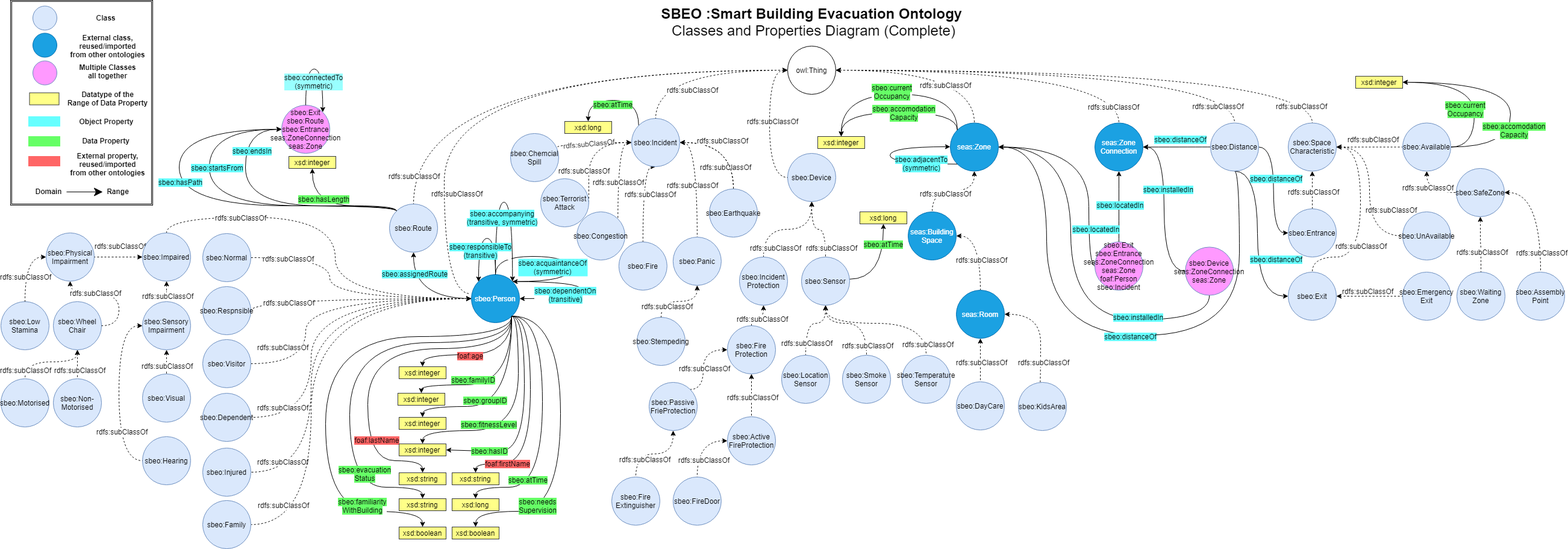
Earlier version of the draw.io export Figures/SBEO_Class_Property_Diagram_Complete.png (qasimkhalid/SBEO). Source tidied: cells renumbered, new cells last; positions are measured from the earlier drawing's top-left corner, leaving out a move shared by most shapes.
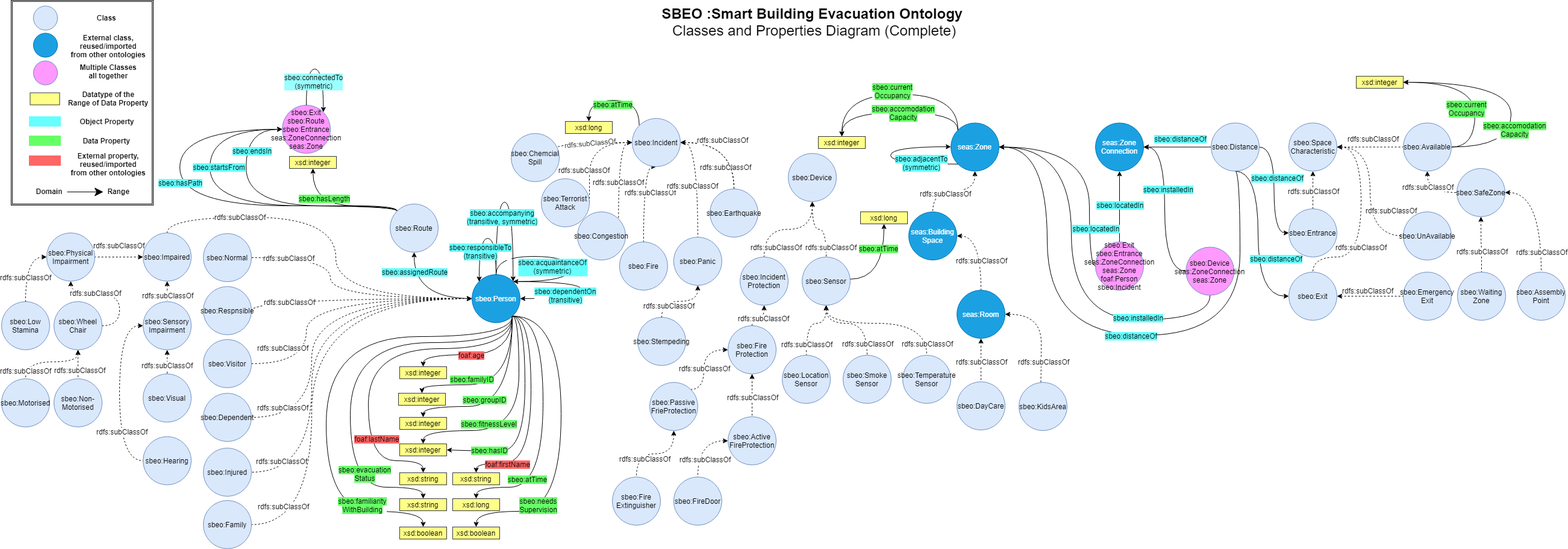
After the change.

Diff of the diagram source:
```diff
@@ -309,108 +309,6 @@
     <mxCell id="57" value="seas:Zone" style="ellipse;whiteSpace=wrap;html=1;fillColor=#1ba1e2;strokeColor=#006EAF;fontColor=#ffffff;shadow=0;" parent="1" vertex="1">
       <mxGeometry x="1576" y="203.5" width="80" height="80" as="geometry" />
     </mxCell>
-    <mxCell id="58" style="edgeStyle=orthogonalEdgeStyle;curved=1;comic=0;jettySize=auto;html=1;exitX=0;exitY=0.5;exitDx=0;exitDy=0;entryX=0;entryY=0.5;entryDx=0;entryDy=0;shadow=0;startArrow=classic;startFill=1;endArrow=none;endFill=0;dashed=1;" parent="1" edge="1" source="75" target="6">
-      <mxGeometry relative="1" as="geometry">
-        <Array as="points">
-          <mxPoint x="1276" y="116" />
-          <mxPoint x="1276" y="294" />
-        </Array>
-      </mxGeometry>
-    </mxCell>
-    <mxCell id="59" value="rdfs:subClassOf" style="text;html=1;align=center;verticalAlign=middle;labelBackgroundColor=#ffffff;fontColor=#000000;" parent="58" vertex="1">
-      <mxGeometry x="-0.15" y="-2" relative="1" as="geometry">
-        <mxPoint x="5" y="13.6" as="offset" />
-      </mxGeometry>
-    </mxCell>
-    <mxCell id="60" style="edgeStyle=orthogonalEdgeStyle;curved=1;comic=0;jettySize=auto;html=1;exitX=0;exitY=0.5;exitDx=0;exitDy=0;entryX=0.5;entryY=0;entryDx=0;entryDy=0;shadow=0;startArrow=classic;startFill=1;endArrow=none;endFill=0;dashed=1;" parent="1" edge="1" source="75" target="38">
-      <mxGeometry relative="1" as="geometry">
-        <Array as="points">
-          <mxPoint x="1087" y="116" />
-        </Array>
-      </mxGeometry>
-    </mxCell>
-    <mxCell id="61" value="rdfs:subClassOf" style="text;html=1;align=center;verticalAlign=middle;labelBackgroundColor=#ffffff;fontColor=#000000;" parent="60" vertex="1">
-      <mxGeometry x="0.87" y="-15" relative="1" as="geometry">
-        <mxPoint x="73.8" y="-29.7" as="offset" />
-      </mxGeometry>
-    </mxCell>
-    <mxCell id="62" style="edgeStyle=orthogonalEdgeStyle;curved=1;comic=0;jettySize=auto;html=1;exitX=1;exitY=0.5;exitDx=0;exitDy=0;shadow=0;startArrow=classic;startFill=1;endArrow=none;endFill=0;dashed=1;entryX=0.5;entryY=0;entryDx=0;entryDy=0;" parent="1" edge="1" source="75" target="52">
-      <mxGeometry relative="1" as="geometry">
-        <Array as="points">
-          <mxPoint x="2177" y="116" />
-        </Array>
-      </mxGeometry>
-    </mxCell>
-    <mxCell id="63" value="rdfs:subClassOf" style="text;html=1;align=center;verticalAlign=middle;labelBackgroundColor=#ffffff;fontColor=#000000;" parent="62" vertex="1">
-      <mxGeometry x="0.72" y="-25" relative="1" as="geometry">
-        <mxPoint x="15" y="33" as="offset" />
-      </mxGeometry>
-    </mxCell>
-    <mxCell id="64" style="edgeStyle=orthogonalEdgeStyle;curved=1;comic=0;jettySize=auto;html=1;exitX=1;exitY=0.5;exitDx=0;exitDy=0;entryX=0.5;entryY=0;entryDx=0;entryDy=0;shadow=0;startArrow=classic;startFill=1;endArrow=none;endFill=0;dashed=1;" parent="1" edge="1" source="75" target="57">
-      <mxGeometry relative="1" as="geometry">
-        <Array as="points">
-          <mxPoint x="1616" y="116" />
-        </Array>
-      </mxGeometry>
-    </mxCell>
-    <mxCell id="65" value="rdfs:subClassOf" style="text;html=1;align=center;verticalAlign=middle;labelBackgroundColor=#ffffff;fontColor=#000000;" parent="64" vertex="1">
-      <mxGeometry x="0.96" y="-7" relative="1" as="geometry">
-        <mxPoint x="-43" y="-56.9" as="offset" />
-      </mxGeometry>
-    </mxCell>
-    <mxCell id="66" style="edgeStyle=orthogonalEdgeStyle;curved=1;comic=0;jettySize=auto;html=1;exitX=1;exitY=0.5;exitDx=0;exitDy=0;shadow=0;startArrow=classic;startFill=1;endArrow=none;endFill=0;dashed=1;entryX=0.5;entryY=0;entryDx=0;entryDy=0;" parent="1" edge="1" source="75" target="7">
-      <mxGeometry relative="1" as="geometry">
-        <Array as="points">
-          <mxPoint x="1856" y="116" />
-        </Array>
-      </mxGeometry>
-    </mxCell>
-    <mxCell id="67" value="rdfs:subClassOf" style="text;html=1;align=center;verticalAlign=middle;labelBackgroundColor=#ffffff;fontColor=#000000;" parent="66" vertex="1">
-      <mxGeometry x="0.94" y="-19" relative="1" as="geometry">
-        <mxPoint x="8.8" y="-10.2" as="offset" />
-      </mxGeometry>
-    </mxCell>
-    <mxCell id="68" style="edgeStyle=orthogonalEdgeStyle;comic=0;jettySize=auto;html=1;shadow=0;startArrow=classic;startFill=1;endArrow=none;endFill=0;curved=1;dashed=1;exitX=1;exitY=0.5;exitDx=0;exitDy=0;entryX=0.5;entryY=0;entryDx=0;entryDy=0;" parent="1" edge="1" source="75" target="122">
-      <mxGeometry relative="1" as="geometry">
-        <Array as="points">
-          <mxPoint x="2048" y="116" />
-        </Array>
-      </mxGeometry>
-    </mxCell>
-    <mxCell id="69" value="rdfs:subClassOf" style="text;align=center;verticalAlign=middle;labelBackgroundColor=#ffffff;" parent="68" vertex="1">
-      <mxGeometry x="0.25" y="18" relative="1" as="geometry">
-        <mxPoint x="166.7" y="76" as="offset" />
-      </mxGeometry>
-    </mxCell>
-    <mxCell id="70" style="edgeStyle=orthogonalEdgeStyle;curved=1;comic=0;jettySize=auto;html=1;shadow=0;startArrow=classic;startFill=1;endArrow=none;endFill=0;dashed=1;" parent="1" edge="1" source="75" target="45">
-      <mxGeometry relative="1" as="geometry" />
-    </mxCell>
-    <mxCell id="71" value="rdfs:subClassOf" style="text;align=center;verticalAlign=middle;labelBackgroundColor=#ffffff;labelBorderColor=none;fontColor=#000000;rotation=0;" parent="70" vertex="1">
-      <mxGeometry x="0.5" y="43" relative="1" as="geometry">
-        <mxPoint x="28" y="191" as="offset" />
-      </mxGeometry>
-    </mxCell>
-    <mxCell id="72" style="edgeStyle=orthogonalEdgeStyle;curved=1;comic=0;jettySize=auto;html=1;entryX=-0.022;entryY=0.398;entryDx=0;entryDy=0;shadow=0;startArrow=classic;startFill=1;endArrow=none;endFill=0;dashed=1;entryPerimeter=0;" parent="1" edge="1" source="75" target="23">
-      <mxGeometry relative="1" as="geometry">
-        <Array as="points">
-          <mxPoint x="736" y="116" />
-          <mxPoint x="736" y="487" />
-        </Array>
-      </mxGeometry>
-    </mxCell>
-    <mxCell id="73" value="&lt;span style=&quot;color: rgba(0 , 0 , 0 , 0) ; font-family: monospace ; font-size: 0px ; background-color: rgb(248 , 249 , 250)&quot;&gt;%3CmxGraphModel%3E%3Croot%3E%3CmxCell%20id%3D%220%22%2F%3E%3CmxCell%20id%3D%221%22%20parent%3D%220%22%2F%3E%3CmxCell%20id%3D%222%22%20value%3D%22rdfs%3AsubClassOf%22%20style%3D%22text%3Balign%3Dcenter%3BverticalAlign%3Dmiddle%3Bresizable%3D0%3Bpoints%3D%5B%5D%3BlabelBackgroundColor%3D%23ffffff%3BlabelBorderColor%3Dnone%3B%22%20vertex%3D%221%22%20connectable%3D%220%22%20parent%3D%221%22%3E%3CmxGeometry%20x%3D%22-372.9970588235292%22%20y%3D%22100%22%20as%3D%22geometry%22%3E%3CmxPoint%20x%3D%2224.65%22%20y%3D%22-3%22%20as%3D%22offset%22%2F%3E%3C%2FmxGeometry%3E%3C%2FmxCell%3E%3C%2Froot%3E%3C%2FmxGraphModel%3E&lt;/span&gt;&lt;span style=&quot;color: rgba(0 , 0 , 0 , 0) ; font-family: monospace ; font-size: 0px ; background-color: rgb(248 , 249 , 250)&quot;&gt;%3CmxGraphModel%3E%3Croot%3E%3CmxCell%20id%3D%220%22%2F%3E%3CmxCell%20id%3D%221%22%20parent%3D%220%22%2F%3E%3CmxCell%20id%3D%222%22%20value%3D%22rdfs%3AsubClassOf%22%20style%3D%22text%3Balign%3Dcenter%3BverticalAlign%3Dmiddle%3Bresizable%3D0%3Bpoints%3D%5B%5D%3BlabelBackgroundColor%3D%23ffffff%3BlabelBorderColor%3Dnone%3B%22%20vertex%3D%221%22%20connectable%3D%220%22%20parent%3D%221%22%3E%3CmxGeometry%20x%3D%22-372.9970588235292%22%20y%3D%22100%22%20as%3D%22geometry%22%3E%3CmxPoint%20x%3D%2224.65%22%20y%3D%22-3%22%20as%3D%22offset%22%2F%3E%3C%2FmxGeometry%3E%3C%2FmxCell%3E%3C%2Froot%3E%3C%2FmxGraphModel%3E&lt;/span&gt;" style="text;html=1;align=center;verticalAlign=middle;labelBackgroundColor=#ffffff;fontColor=#000000;" parent="72" vertex="1">
-      <mxGeometry x="-0.02" y="103" relative="1" as="geometry">
-        <mxPoint x="1" as="offset" />
-      </mxGeometry>
-    </mxCell>
-    <mxCell id="74" value="rdfs:subClassOf" style="text;html=1;align=center;verticalAlign=middle;labelBackgroundColor=#ffffff;fontColor=#000000;" parent="72" vertex="1">
-      <mxGeometry x="-0.04" y="98" relative="1" as="geometry">
-        <mxPoint x="-148.3" y="76" as="offset" />
-      </mxGeometry>
-    </mxCell>
-    <mxCell id="75" value="owl:Thing" style="ellipse;whiteSpace=wrap;html=1;shadow=0;" parent="1" vertex="1">
-      <mxGeometry x="1306" y="76" width="80" height="80" as="geometry" />
-    </mxCell>
     <mxCell id="76" style="edgeStyle=orthogonalEdgeStyle;curved=1;comic=0;jettySize=auto;html=1;exitX=0.5;exitY=1;exitDx=0;exitDy=0;shadow=0;startArrow=classic;startFill=1;endArrow=none;endFill=0;dashed=1;" parent="1" edge="1" source="78" target="102">
       <mxGeometry relative="1" as="geometry" />
     </mxCell>
```
